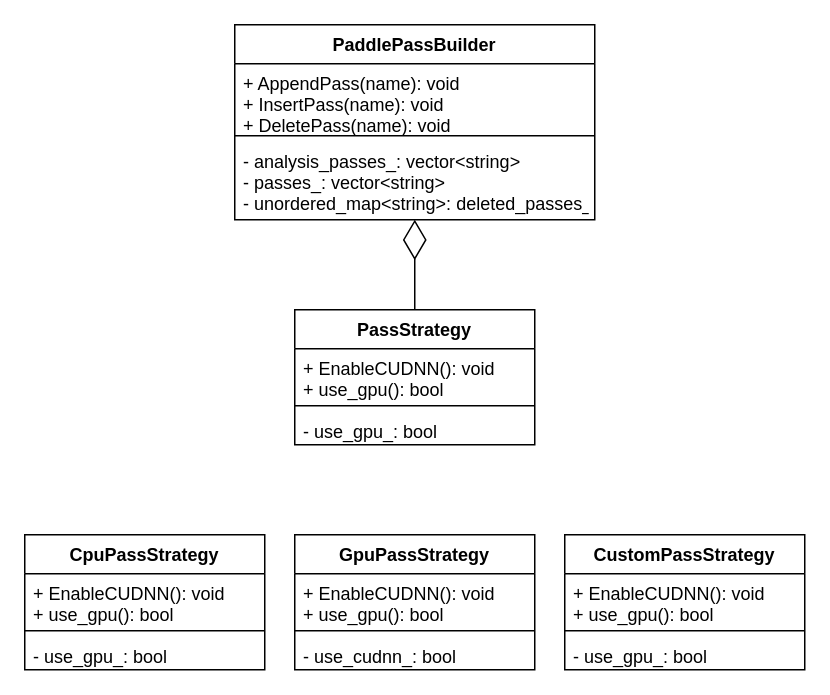
Earlier version of the draw.io diagram page "pretictor" (1 of 2) of docs/drawio/paddle.drawio (zhangjun/my_notes). Source tidied: cells renumbered, new cells numbered last; positions are measured from the earlier drawing's top-left corner, leaving out a move shared by most shapes. Both pictures are drawn from the tidied source at 150%, with x=0, y=0 at pixel (24, 24).
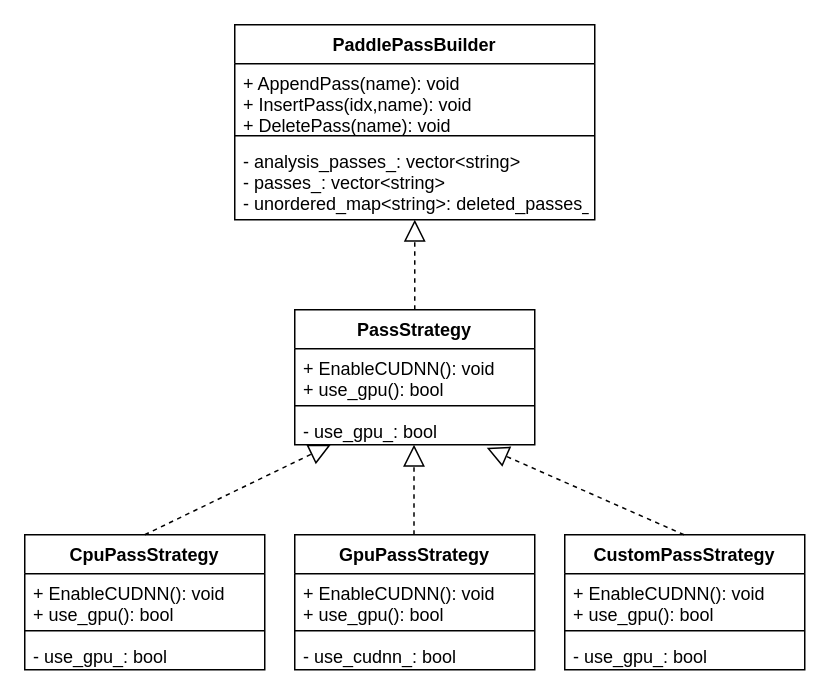
The same diagram, later.

The change refers to these unchanged cells:
```xml
<mxCell id="2" value="PaddlePassBuilder" style="swimlane;fontStyle=1;align=center;verticalAlign=top;horizontal=1;startSize=26;" parent="1" vertex="1">
  <mxGeometry x="140" width="240" height="130" as="geometry" />
</mxCell>
<mxCell id="5" value="- analysis_passes_: vector&lt;string&gt;&#10;- passes_: vector&lt;string&gt;&#10;- unordered_map&lt;string&gt;: deleted_passes_" style="text;strokeColor=none;fillColor=none;align=left;verticalAlign=top;spacingLeft=4;spacingRight=4;overflow=hidden;points=[[0,0.5],[1,0.5]];portConstraint=eastwest;" parent="2" vertex="1">
  <mxGeometry y="78" width="240" height="52" as="geometry" />
</mxCell>
<mxCell id="6" value="PassStrategy" style="swimlane;fontStyle=1;align=center;verticalAlign=top;horizontal=1;startSize=26;" parent="1" vertex="1">
  <mxGeometry x="180" y="190" width="160" height="90" as="geometry" />
</mxCell>
<mxCell id="9" value="- use_gpu_: bool" style="text;strokeColor=none;fillColor=none;align=left;verticalAlign=top;spacingLeft=4;spacingRight=4;overflow=hidden;points=[[0,0.5],[1,0.5]];portConstraint=eastwest;" parent="6" vertex="1">
  <mxGeometry y="68" width="160" height="22" as="geometry" />
</mxCell>
<mxCell id="11" value="CpuPassStrategy" style="swimlane;fontStyle=1;align=center;verticalAlign=top;horizontal=1;startSize=26;" parent="1" vertex="1">
  <mxGeometry y="340" width="160" height="90" as="geometry" />
</mxCell>
```

What changed in the source:
```diff
@@
-    <mxCell id="3" value="+ AppendPass(name): void&#10;+ InsertPass(name): void&#10;+ DeletePass(name): void " style="text;strokeColor=none;fillColor=none;align=left;verticalAlign=top;spacingLeft=4;spacingRight=4;overflow=hidden;" parent="2" vertex="1">
+    <mxCell id="3" value="+ AppendPass(name): void&#10;+ InsertPass(idx,name): void&#10;+ DeletePass(name): void " style="text;strokeColor=none;fillColor=none;align=left;verticalAlign=top;spacingLeft=4;spacingRight=4;overflow=hidden;" parent="2" vertex="1">
       <mxGeometry y="26" width="240" height="44" as="geometry" />
     </mxCell>
@@
-    <mxCell id="10" style="endArrow=diamondThin;endFill=0;endSize=24;html=1;rounded=0;exitX=0.5;exitY=0;exitDx=0;exitDy=0;" parent="1" edge="1" source="6" target="5">
-      <mxGeometry relative="1" as="geometry" />
-    </mxCell>
@@
+    <mxCell id="23" style="endArrow=block;dashed=1;endFill=0;endSize=12;html=1;rounded=0;exitX=0.5;exitY=0;exitDx=0;exitDy=0;entryX=0.15;entryY=1;entryDx=0;entryDy=0;entryPerimeter=0;" parent="1" edge="1" source="11" target="9">
+      <mxGeometry relative="1" as="geometry" />
+    </mxCell>
+    <mxCell id="24" style="endArrow=block;dashed=1;endFill=0;endSize=12;html=1;rounded=0;exitX=0.5;exitY=0;exitDx=0;exitDy=0;entryX=0.5;entryY=1;entryDx=0;entryDy=0;entryPerimeter=0;" parent="1" edge="1" target="5">
+      <mxGeometry relative="1" as="geometry">
+        <mxPoint x="260" y="190" as="sourcePoint" />
+      </mxGeometry>
+    </mxCell>
+    <mxCell id="25" style="endArrow=block;dashed=1;endFill=0;endSize=12;html=1;rounded=0;exitX=0.5;exitY=0;exitDx=0;exitDy=0;entryX=0.5;entryY=1;entryDx=0;entryDy=0;entryPerimeter=0;" parent="1" edge="1">
+      <mxGeometry relative="1" as="geometry">
+        <mxPoint x="259.5" y="340" as="sourcePoint" />
+        <mxPoint x="259.5" y="280" as="targetPoint" />
+      </mxGeometry>
+    </mxCell>
+    <mxCell id="26" style="endArrow=block;dashed=1;endFill=0;endSize=12;html=1;rounded=0;exitX=0.5;exitY=0;exitDx=0;exitDy=0;entryX=0.8;entryY=1.091;entryDx=0;entryDy=0;entryPerimeter=0;" parent="1" edge="1" target="9">
+      <mxGeometry relative="1" as="geometry">
+        <mxPoint x="439.5" y="340" as="sourcePoint" />
+      </mxGeometry>
+    </mxCell>
```
